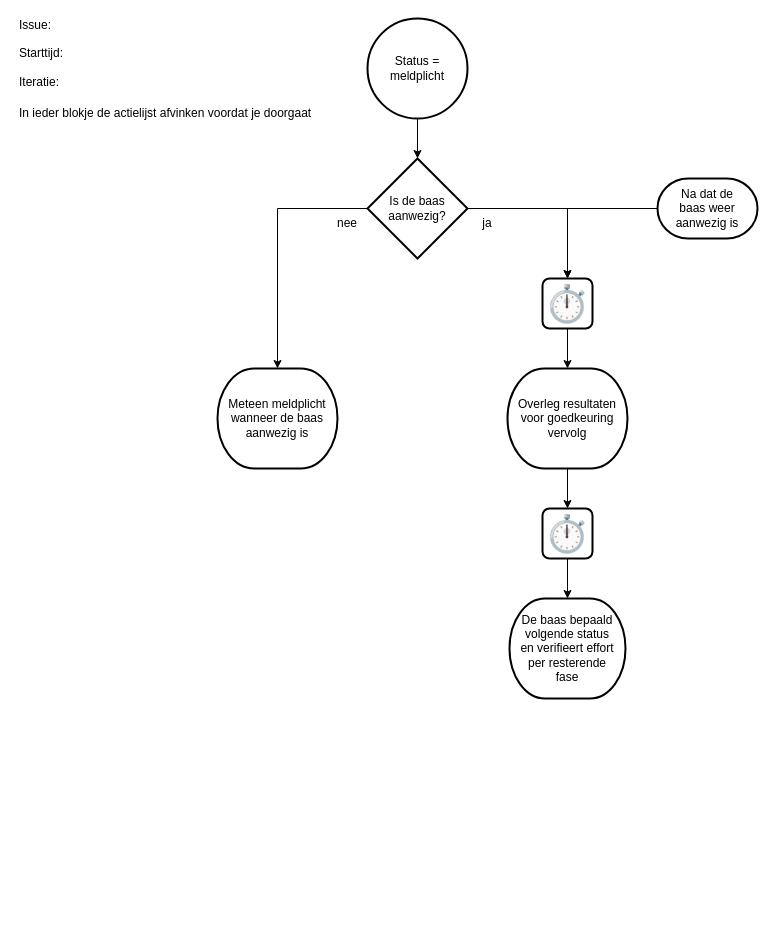
Above: 9 Issje Tracker meldplicht.drawio in Zaibatsu89/IssueTracker (draw.io), before the change. Source tidied: cells renumbered, new cells numbered last; positions are measured from the earlier drawing's top-left corner, leaving out a move shared by most shapes. Both pictures are drawn from the tidied source at 100%, with x=0, y=0 at pixel (17, 18).
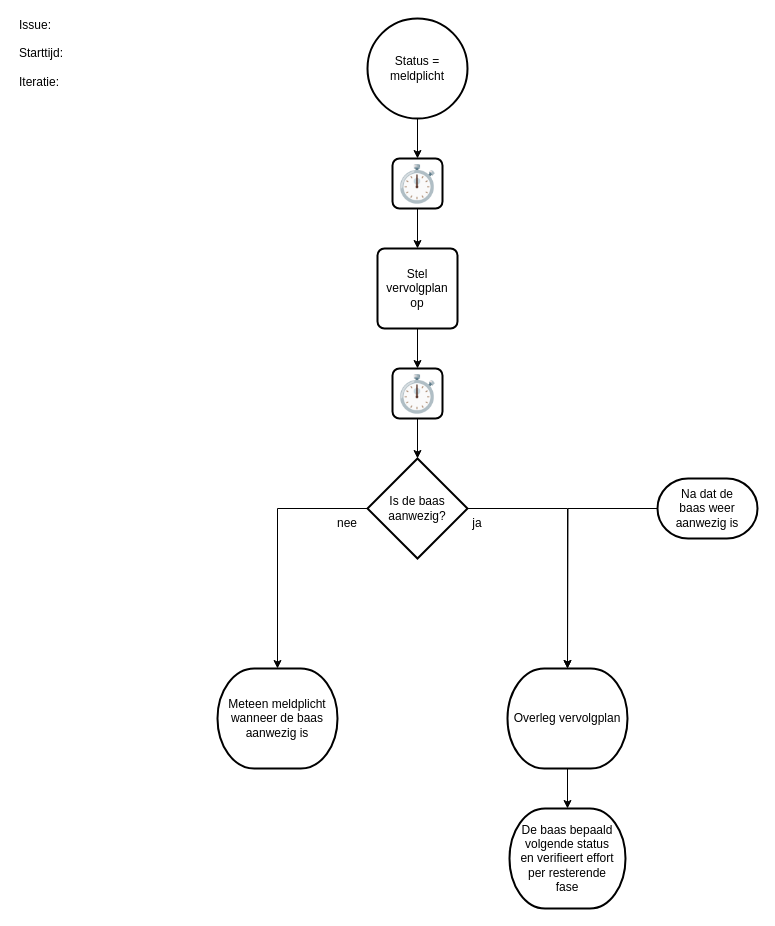
After the change.

Unchanged cells that the change refers to:
```xml
<mxCell id="2" value="Status =&lt;br&gt;meldplicht" style="strokeWidth=2;html=1;shape=mxgraph.flowchart.start_2;whiteSpace=wrap;" parent="1" vertex="1">
  <mxGeometry x="350" width="100" height="100" as="geometry" />
</mxCell>
```

The edit, as a diff of the source:
```diff
@@
+    <mxCell id="21" style="edgeStyle=orthogonalEdgeStyle;rounded=0;jettySize=auto;html=1;" parent="1" edge="1" source="2" target="18">
+      <mxGeometry relative="1" as="geometry" />
+    </mxCell>
@@
-    <mxCell id="3" style="edgeStyle=orthogonalEdgeStyle;rounded=0;jettySize=auto;html=1;exitX=1;exitY=0.5;exitDx=0;exitDy=0;exitPerimeter=0;entryX=0.5;entryY=0;entryDx=0;entryDy=0;" parent="1" edge="1" source="4" target="18">
-      <mxGeometry relative="1" as="geometry" />
-    </mxCell>
+    <mxCell id="22" style="edgeStyle=orthogonalEdgeStyle;rounded=0;jettySize=auto;html=1;exitX=1;exitY=0.5;exitDx=0;exitDy=0;exitPerimeter=0;" parent="1" edge="1" source="4" target="9">
+      <mxGeometry relative="1" as="geometry" />
+    </mxCell>
     <mxCell id="4" value="Is de baas&lt;br&gt;aanwezig?" style="strokeWidth=2;html=1;shape=mxgraph.flowchart.decision;whiteSpace=wrap;" parent="1" vertex="1">
-      <mxGeometry x="350" y="140" width="100" height="100" as="geometry" />
+      <mxGeometry x="350" y="440" width="100" height="100" as="geometry" />
     </mxCell>
     <mxCell id="5" value="ja" style="text;html=1;whiteSpace=wrap;strokeColor=none;fillColor=none;align=center;verticalAlign=middle;rounded=0;" parent="1" vertex="1">
-      <mxGeometry x="440" y="190" width="60" height="30" as="geometry" />
+      <mxGeometry x="430" y="490" width="60" height="30" as="geometry" />
     </mxCell>
     <mxCell id="6" value="Meteen meldplicht&lt;br&gt;wanneer de baas&lt;br&gt;aanwezig is" style="strokeWidth=2;html=1;shape=mxgraph.flowchart.terminator;whiteSpace=wrap;" parent="1" vertex="1">
-      <mxGeometry x="200" y="350" width="120" height="100" as="geometry" />
+      <mxGeometry x="200" y="650" width="120" height="100" as="geometry" />
     </mxCell>
     <mxCell id="7" value="nee" style="text;html=1;whiteSpace=wrap;strokeColor=none;fillColor=none;align=center;verticalAlign=middle;rounded=0;" parent="1" vertex="1">
-      <mxGeometry x="300" y="190" width="60" height="30" as="geometry" />
+      <mxGeometry x="300" y="490" width="60" height="30" as="geometry" />
     </mxCell>
-    <mxCell id="8" style="edgeStyle=orthogonalEdgeStyle;rounded=0;jettySize=auto;html=1;" parent="1" edge="1" source="9" target="19">
-      <mxGeometry relative="1" as="geometry" />
-    </mxCell>
+    <mxCell id="23" style="edgeStyle=orthogonalEdgeStyle;rounded=0;jettySize=auto;html=1;" parent="1" edge="1" source="9" target="13">
+      <mxGeometry relative="1" as="geometry" />
+    </mxCell>
-    <mxCell id="9" value="Overleg resultaten&lt;br&gt;voor goedkeuring&lt;br&gt;vervolg" style="strokeWidth=2;html=1;shape=mxgraph.flowchart.terminator;whiteSpace=wrap;" parent="1" vertex="1">
-      <mxGeometry x="490" y="350" width="120" height="100" as="geometry" />
+    <mxCell id="9" value="Overleg vervolgplan" style="strokeWidth=2;html=1;shape=mxgraph.flowchart.terminator;whiteSpace=wrap;" parent="1" vertex="1">
+      <mxGeometry x="490" y="650" width="120" height="100" as="geometry" />
     </mxCell>
@@
-    <mxCell id="11" style="edgeStyle=orthogonalEdgeStyle;rounded=0;jettySize=auto;html=1;exitX=0;exitY=0.5;exitDx=0;exitDy=0;exitPerimeter=0;entryX=0.5;entryY=0;entryDx=0;entryDy=0;" parent="1" edge="1" source="12" target="18">
-      <mxGeometry relative="1" as="geometry" />
-    </mxCell>
+    <mxCell id="24" style="edgeStyle=orthogonalEdgeStyle;rounded=0;jettySize=auto;html=1;exitX=0;exitY=0.5;exitDx=0;exitDy=0;exitPerimeter=0;" parent="1" edge="1" source="12">
+      <mxGeometry relative="1" as="geometry">
+        <mxPoint x="550" y="650" as="targetPoint" />
+      </mxGeometry>
+    </mxCell>
     <mxCell id="12" value="Na dat de&lt;br&gt;baas weer&lt;br&gt;aanwezig is" style="strokeWidth=2;html=1;shape=mxgraph.flowchart.terminator;whiteSpace=wrap;" parent="1" vertex="1">
-      <mxGeometry x="640" y="160" width="100" height="60" as="geometry" />
+      <mxGeometry x="640" y="460" width="100" height="60" as="geometry" />
     </mxCell>
     <mxCell id="13" value="De baas bepaald&lt;br&gt;volgende status&lt;br&gt;en verifieert effort&lt;br&gt;per resterende&lt;br&gt;fase" style="strokeWidth=2;html=1;shape=mxgraph.flowchart.terminator;whiteSpace=wrap;" parent="1" vertex="1">
-      <mxGeometry x="492" y="580" width="116" height="100" as="geometry" />
+      <mxGeometry x="492" y="790" width="116" height="100" as="geometry" />
     </mxCell>
@@
-    <mxCell id="15" style="edgeStyle=orthogonalEdgeStyle;rounded=0;jettySize=auto;html=1;entryX=0.5;entryY=0;entryDx=0;entryDy=0;entryPerimeter=0;" parent="1" edge="1" source="2" target="4">
-      <mxGeometry relative="1" as="geometry" />
-    </mxCell>
-    <mxCell id="16" value="In ieder blokje de actielijst afvinken voordat je doorgaat" style="text;html=1;whiteSpace=wrap;strokeColor=none;fillColor=none;align=left;verticalAlign=middle;rounded=0;labelPosition=center;verticalLabelPosition=middle;" parent="1" vertex="1">
-      <mxGeometry y="80" width="300" height="30" as="geometry" />
-    </mxCell>
-    <mxCell id="17" style="edgeStyle=orthogonalEdgeStyle;rounded=0;jettySize=auto;html=1;" parent="1" edge="1" source="18" target="9">
-      <mxGeometry relative="1" as="geometry" />
-    </mxCell>
+    <mxCell id="25" style="edgeStyle=orthogonalEdgeStyle;rounded=0;jettySize=auto;html=1;" parent="1" edge="1" source="18" target="28">
+      <mxGeometry relative="1" as="geometry" />
+    </mxCell>
     <mxCell id="18" value="&lt;font style=&quot;font-size: 36px;&quot;&gt;⏱️&lt;/font&gt;" style="rounded=1;whiteSpace=wrap;html=1;absoluteArcSize=1;arcSize=14;strokeWidth=2;" parent="1" vertex="1">
-      <mxGeometry x="525" y="260" width="50" height="50" as="geometry" />
+      <mxGeometry x="375" y="140" width="50" height="50" as="geometry" />
     </mxCell>
+    <mxCell id="26" style="edgeStyle=orthogonalEdgeStyle;rounded=0;jettySize=auto;html=1;" parent="1" edge="1" source="19" target="4">
+      <mxGeometry relative="1" as="geometry" />
+    </mxCell>
     <mxCell id="19" value="&lt;font style=&quot;font-size: 36px;&quot;&gt;⏱️&lt;/font&gt;" style="rounded=1;whiteSpace=wrap;html=1;absoluteArcSize=1;arcSize=14;strokeWidth=2;" parent="1" vertex="1">
-      <mxGeometry x="525" y="490" width="50" height="50" as="geometry" />
+      <mxGeometry x="375" y="350" width="50" height="50" as="geometry" />
     </mxCell>
-    <mxCell id="20" style="edgeStyle=orthogonalEdgeStyle;rounded=0;jettySize=auto;html=1;exitX=0.5;exitY=1;exitDx=0;exitDy=0;entryX=0.5;entryY=0;entryDx=0;entryDy=0;entryPerimeter=0;" parent="1" edge="1" source="19" target="13">
-      <mxGeometry relative="1" as="geometry" />
-    </mxCell>
+    <mxCell id="27" style="edgeStyle=orthogonalEdgeStyle;rounded=0;jettySize=auto;html=1;" parent="1" edge="1" source="28" target="19">
+      <mxGeometry relative="1" as="geometry" />
+    </mxCell>
+    <mxCell id="28" value="Stel vervolgplan op" style="rounded=1;whiteSpace=wrap;html=1;absoluteArcSize=1;arcSize=14;strokeWidth=2;" parent="1" vertex="1">
+      <mxGeometry x="360" y="230" width="80" height="80" as="geometry" />
+    </mxCell>
```
